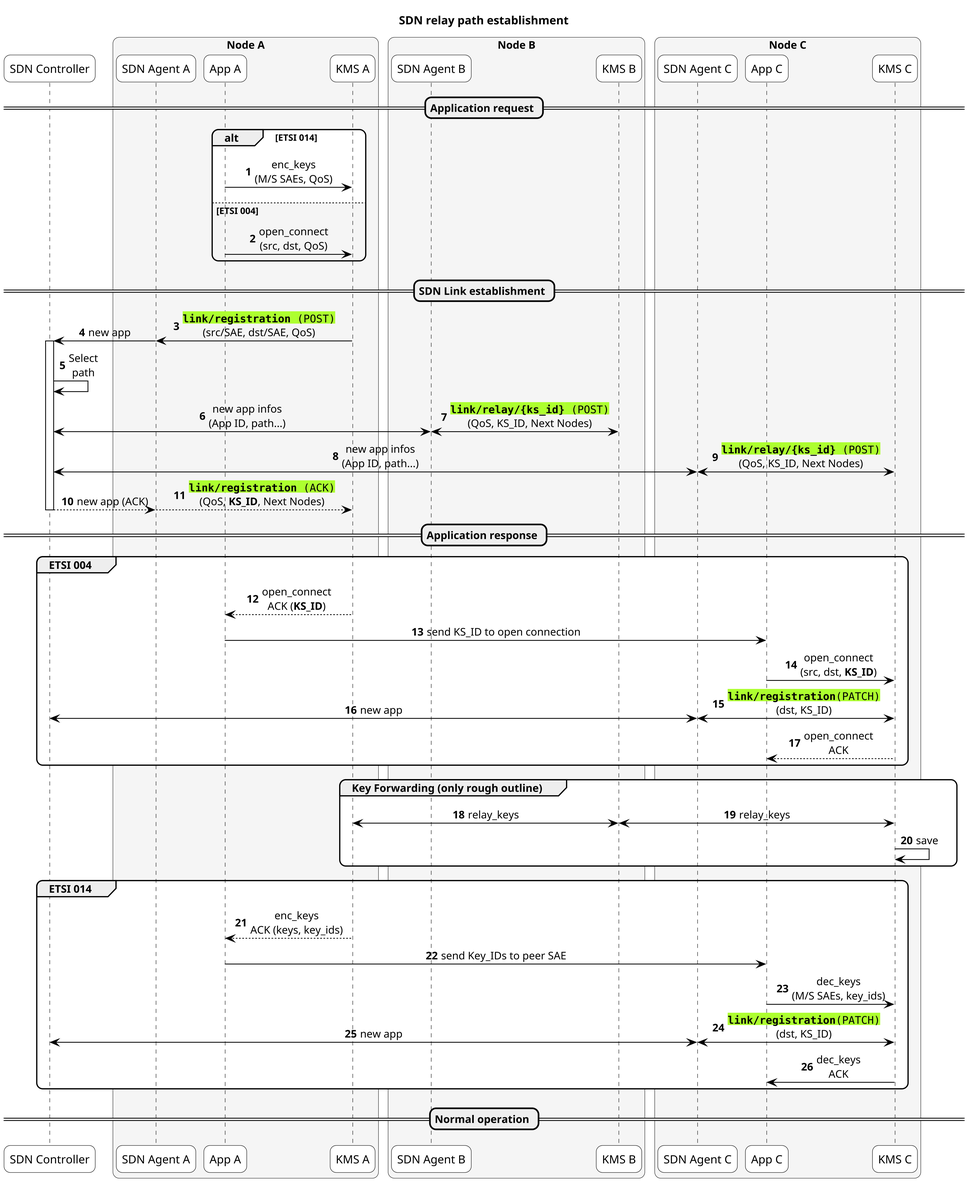
Above: doc/figures/sequence_sdn_new_app.png in ait-crypto/kms-sdn-agent-interface-specification (PlantUML), before the change.
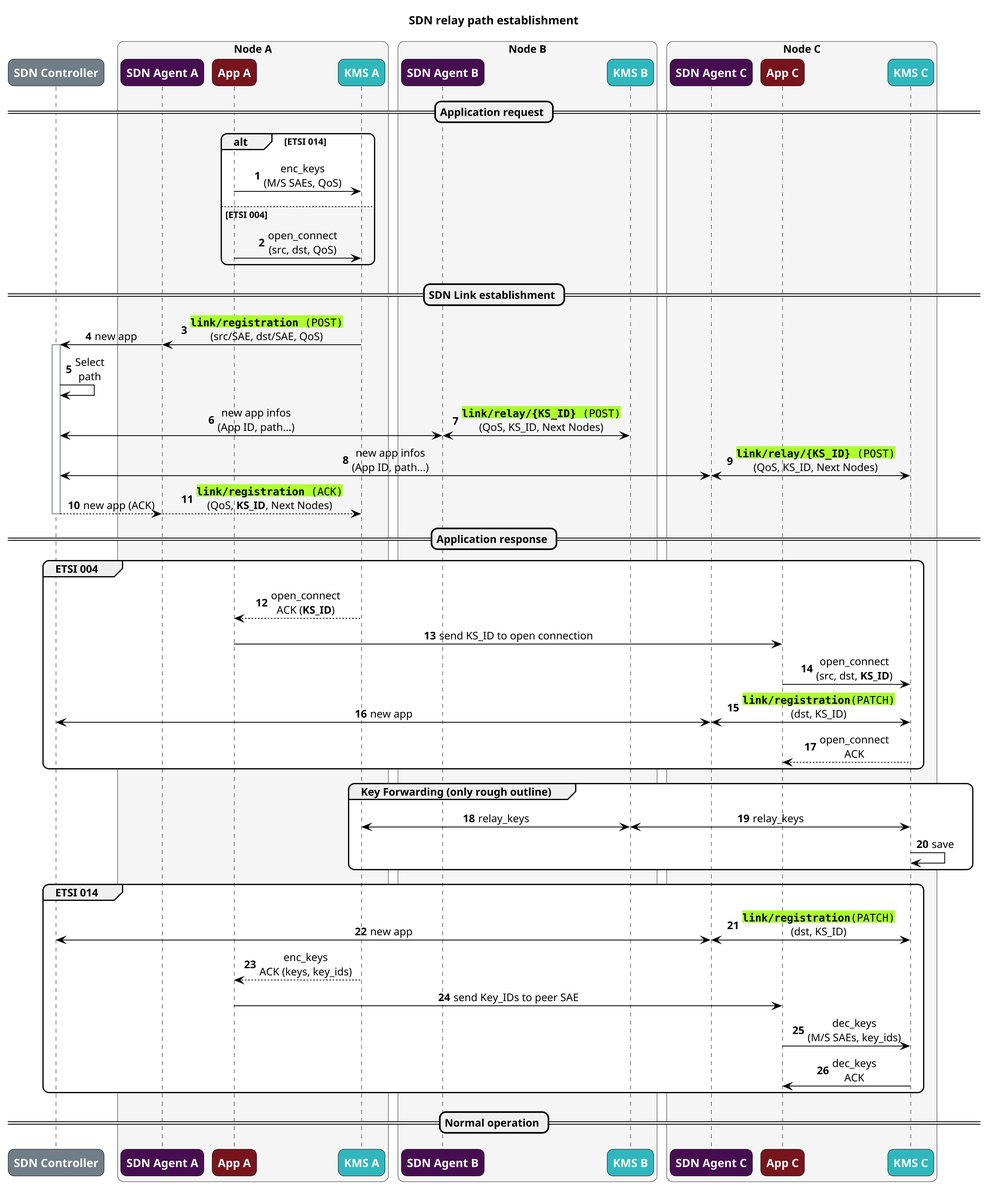
The same diagram one commit later.

Commit message:
move path establishment to end of key relay, instead of dec_keys. Add coloring to participants

The edit, as a diff of the source:
```diff
@@ -1,6 +1,7 @@
 @startuml
 !include ./style.pu
 autonumber
+hide stereotype
 
 skinparam dpi 300
 
@@ -8,22 +9,22 @@
 
 title: SDN relay path establishment
 
-participant "SDN Controller" as SDN_Controller
+participant "SDN Controller" as SDN_Controller <<sdnc>>
 
 box "Node A" #WhiteSmoke
-participant "SDN Agent A" as SDN_A
-participant "App A" as App_A
-participant "KMS A" as KMS_A
+participant "SDN Agent A" as SDN_A <<sdna>>
+participant "App A" as App_A <<app>>
+participant "KMS A" as KMS_A <<kms>>
 end box
 box "Node B" #WhiteSmoke
-participant "SDN Agent B" as SDN_B
-participant "KMS B" as KMS_B
+participant "SDN Agent B" as SDN_B <<sdna>>
+participant "KMS B" as KMS_B <<kms>>
 end box
 
 box "Node C" #WhiteSmoke
-participant "SDN Agent C" as SDN_C
-participant "App C" as App_C
-participant "KMS C" as KMS_C
+participant "SDN Agent C" as SDN_C <<sdna>>
+participant "App C" as App_C <<app>>
+participant "KMS C" as KMS_C <<kms>>
 end box
 
 == Application request ==
@@ -41,10 +42,10 @@
 &SDN_A -> SDN_Controller : new app
 SDN_Controller -> SDN_Controller : Select\npath
 SDN_Controller <-> SDN_B : new app infos\n(App ID, path...)
-&SDN_B <-> KMS_B: <back:greenyellow><color:black>""**link/relay/{ks_id}** (POST)""\n(QoS, KS_ID, Next Nodes)
+&SDN_B <-> KMS_B: <back:greenyellow><color:black>""**link/relay/{KS_ID}** (POST)""\n(QoS, KS_ID, Next Nodes)
 
 SDN_Controller <-> SDN_C : new app infos\n(App ID, path...)
-&SDN_C <-> KMS_C: <back:greenyellow><color:black>""**link/relay/{ks_id}** (POST)""\n(QoS, KS_ID, Next Nodes)
+&SDN_C <-> KMS_C: <back:greenyellow><color:black>""**link/relay/{KS_ID}** (POST)""\n(QoS, KS_ID, Next Nodes)
 
 SDN_Controller --> SDN_A: new app (ACK)
 deactivate SDN_Controller
@@ -69,11 +70,11 @@
 end group
 
 group ETSI 014
+KMS_C <-> SDN_C: <back:greenyellow><color:black>""**link/registration**(PATCH)""\n(dst, KS_ID)
+&SDN_C <-> SDN_Controller: new app
 KMS_A --> App_A: enc_keys\nACK (keys, key_ids)
 App_A -> App_C: send Key_IDs to peer SAE
 App_C -> KMS_C: dec_keys\n(M/S SAEs, key_ids)
-KMS_C <-> SDN_C: <back:greenyellow><color:black>""**link/registration**(PATCH)""\n(dst, KS_ID)
-&SDN_C <-> SDN_Controller: new app
 KMS_C -> App_C: dec_keys\nACK
 end
 
```
